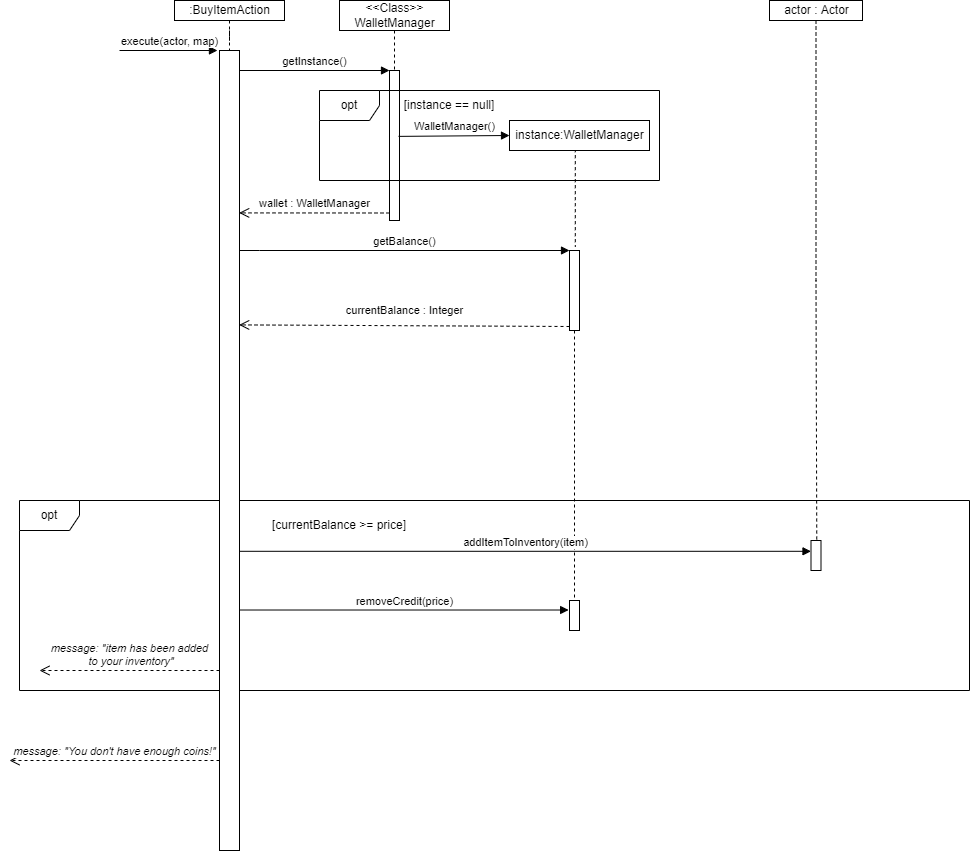
Earlier version of the draw.io export docs/BuyItemAction Sequence Diagram by Andy.png (IvanChann/Mario....). Source tidied: cells renumbered, new cells last; positions are measured from the earlier drawing's top-left corner, leaving out a move shared by most shapes.
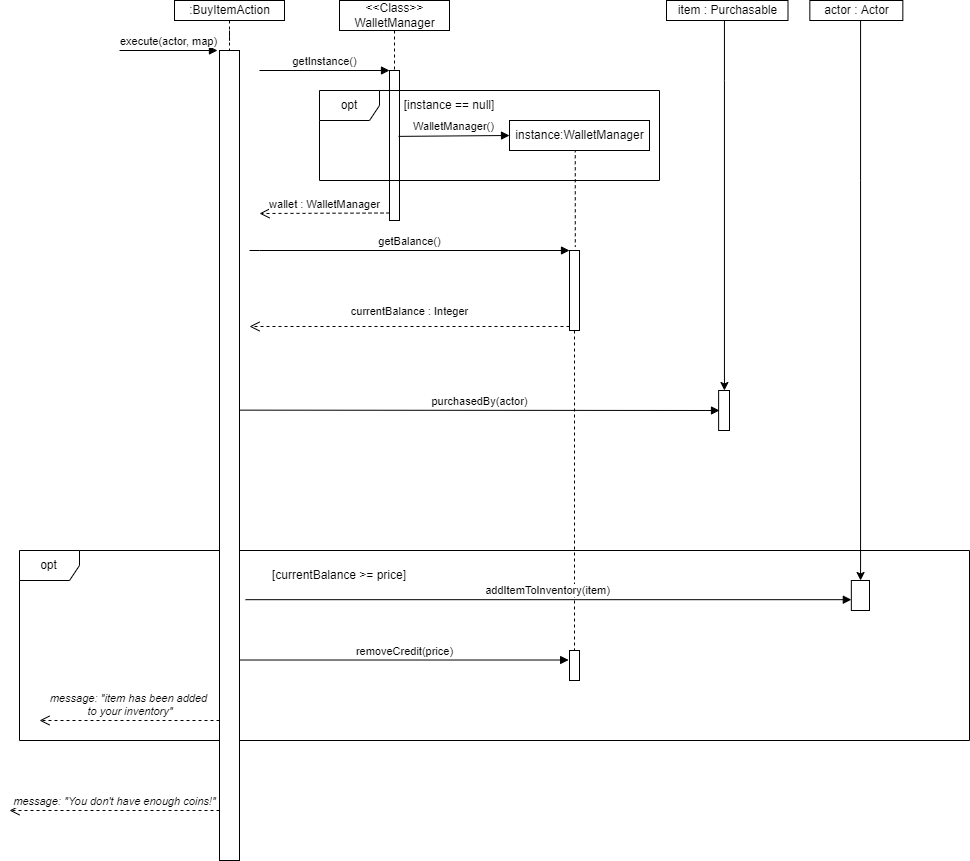
After the change.

Commit message:
Updated BuyItemAction sequence diagram and REQ4 UML diagram slightly

What changed in the source:
```diff
@@ -3,10 +3,10 @@
     <mxCell id="0" />
     <mxCell id="1" parent="0" />
     <mxCell id="2" value="opt" style="shape=umlFrame;whiteSpace=wrap;html=1;" parent="1" vertex="1">
-      <mxGeometry x="10" y="500" width="950" height="190" as="geometry" />
+      <mxGeometry x="10" y="550" width="950" height="190" as="geometry" />
     </mxCell>
     <mxCell id="3" style="html=1;points=[];perimeter=orthogonalPerimeter;" parent="1" vertex="1">
-      <mxGeometry x="210" y="50" width="20" height="800" as="geometry" />
+      <mxGeometry x="210" y="50" width="20" height="810" as="geometry" />
     </mxCell>
     <mxCell id="4" value="execute(actor, map)" style="html=1;verticalAlign=bottom;endArrow=block;rounded=0;entryX=-0.102;entryY=0;entryDx=0;entryDy=0;entryPerimeter=0;" parent="1" edge="1" target="3">
       <mxGeometry x="0.02" relative="1" as="geometry">
@@ -15,8 +15,8 @@
     </mxCell>
     <mxCell id="5" value="&lt;i&gt;message: &quot;item has been added&lt;br&gt;&amp;nbsp;to your inventory&quot;&lt;/i&gt;" style="html=1;verticalAlign=bottom;endArrow=open;dashed=1;endSize=8;rounded=0;" parent="1" edge="1">
       <mxGeometry relative="1" as="geometry">
-        <mxPoint x="210" y="670" as="sourcePoint" />
-        <mxPoint x="30" y="670" as="targetPoint" />
+        <mxPoint x="210" y="720" as="sourcePoint" />
+        <mxPoint x="30" y="720" as="targetPoint" />
       </mxGeometry>
     </mxCell>
     <mxCell id="6" style="edgeStyle=orthogonalEdgeStyle;rounded=0;jettySize=auto;html=1;endArrow=none;endFill=0;dashed=1;" parent="1" edge="1" source="7" target="3">
@@ -28,11 +28,15 @@
     <mxCell id="8" style="html=1;points=[];perimeter=orthogonalPerimeter;" parent="1" vertex="1">
       <mxGeometry x="380" y="70" width="10" height="150" as="geometry" />
     </mxCell>
-    <mxCell id="9" value="getInstance()" style="html=1;verticalAlign=bottom;endArrow=block;entryX=0;entryY=0;rounded=0;" parent="1" edge="1" source="3" target="8">
-      <mxGeometry relative="1" as="geometry" />
+    <mxCell id="9" value="getInstance()" style="html=1;verticalAlign=bottom;endArrow=block;entryX=0;entryY=0;rounded=0;" parent="1" edge="1" target="8">
+      <mxGeometry relative="1" as="geometry">
+        <mxPoint x="250" y="70" as="sourcePoint" />
+      </mxGeometry>
     </mxCell>
-    <mxCell id="10" value="wallet : WalletManager" style="html=1;verticalAlign=bottom;endArrow=open;dashed=1;endSize=8;exitX=0;exitY=0.95;rounded=0;entryX=0.983;entryY=0.203;entryDx=0;entryDy=0;entryPerimeter=0;" parent="1" edge="1" source="8" target="3">
-      <mxGeometry relative="1" as="geometry" />
+    <mxCell id="10" value="wallet : WalletManager" style="html=1;verticalAlign=bottom;endArrow=open;dashed=1;endSize=8;exitX=0;exitY=0.95;rounded=0;" parent="1" edge="1" source="8">
+      <mxGeometry relative="1" as="geometry">
+        <mxPoint x="250" y="213" as="targetPoint" />
+      </mxGeometry>
     </mxCell>
     <mxCell id="11" style="edgeStyle=orthogonalEdgeStyle;rounded=0;jettySize=auto;html=1;endArrow=none;endFill=0;dashed=1;" parent="1" edge="1" source="12">
       <mxGeometry relative="1" as="geometry">
@@ -70,42 +74,71 @@
     <mxCell id="19" style="html=1;points=[];perimeter=orthogonalPerimeter;" parent="1" vertex="1">
       <mxGeometry x="560" y="250" width="10" height="80" as="geometry" />
     </mxCell>
-    <mxCell id="20" value="getBalance()" style="html=1;verticalAlign=bottom;endArrow=block;entryX=0;entryY=0;rounded=0;" parent="1" edge="1" source="3" target="19">
+    <mxCell id="20" value="getBalance()" style="html=1;verticalAlign=bottom;endArrow=block;entryX=0;entryY=0;rounded=0;" parent="1" edge="1" target="19">
       <mxGeometry relative="1" as="geometry">
+        <mxPoint x="240" y="250" as="sourcePoint" />
         <Array as="points">
           <mxPoint x="250" y="250" />
         </Array>
       </mxGeometry>
     </mxCell>
-    <mxCell id="21" value="currentBalance : Integer" style="html=1;verticalAlign=bottom;endArrow=open;dashed=1;endSize=8;exitX=0;exitY=0.95;rounded=0;entryX=0.983;entryY=0.343;entryDx=0;entryDy=0;entryPerimeter=0;" parent="1" edge="1" source="19" target="3">
-      <mxGeometry y="-6" relative="1" as="geometry" />
+    <mxCell id="21" value="currentBalance : Integer" style="html=1;verticalAlign=bottom;endArrow=open;dashed=1;endSize=8;exitX=0;exitY=0.95;rounded=0;" parent="1" edge="1" source="19">
+      <mxGeometry y="-6" relative="1" as="geometry">
+        <mxPoint x="240" y="326" as="targetPoint" />
+      </mxGeometry>
     </mxCell>
     <mxCell id="22" value="[currentBalance &amp;gt;= price]" style="text;html=1;strokeColor=none;fillColor=none;align=center;verticalAlign=middle;whiteSpace=wrap;rounded=0;" parent="1" vertex="1">
-      <mxGeometry x="240" y="510" width="180" height="30" as="geometry" />
+      <mxGeometry x="240" y="560" width="180" height="30" as="geometry" />
     </mxCell>
-    <mxCell id="23" style="edgeStyle=orthogonalEdgeStyle;rounded=0;jettySize=auto;html=1;dashed=1;endArrow=none;endFill=0;entryX=0.577;entryY=0.063;entryDx=0;entryDy=0;entryPerimeter=0;" parent="1" edge="1" source="24" target="25">
-      <mxGeometry relative="1" as="geometry" />
+    <mxCell id="23" style="edgeStyle=orthogonalEdgeStyle;rounded=0;jettySize=auto;html=1;" parent="1" edge="1" source="24" target="25">
+      <mxGeometry relative="1" as="geometry">
+        <Array as="points">
+          <mxPoint x="851" y="180" />
+          <mxPoint x="851" y="180" />
+        </Array>
+      </mxGeometry>
     </mxCell>
     <mxCell id="24" value="actor : Actor" style="html=1;" parent="1" vertex="1">
-      <mxGeometry x="760" width="93" height="20" as="geometry" />
+      <mxGeometry x="800.3" width="93" height="20" as="geometry" />
     </mxCell>
     <mxCell id="25" style="html=1;points=[];perimeter=orthogonalPerimeter;" parent="1" vertex="1">
-      <mxGeometry x="801.5" y="540" width="10" height="30" as="geometry" />
+      <mxGeometry x="841.8" y="580" width="18.2" height="30" as="geometry" />
     </mxCell>
-    <mxCell id="26" value="addItemToInventory(item)" style="html=1;verticalAlign=bottom;endArrow=block;rounded=0;exitX=0.983;exitY=0.626;exitDx=0;exitDy=0;exitPerimeter=0;" parent="1" edge="1" source="3" target="25">
+    <mxCell id="26" value="addItemToInventory(item)" style="html=1;verticalAlign=bottom;endArrow=block;rounded=0;exitX=1.3;exitY=0.678;exitDx=0;exitDy=0;exitPerimeter=0;" parent="1" edge="1" source="3" target="25">
       <mxGeometry relative="1" as="geometry" />
     </mxCell>
     <mxCell id="27" style="html=1;points=[];perimeter=orthogonalPerimeter;" parent="1" vertex="1">
-      <mxGeometry x="560" y="600" width="10" height="30" as="geometry" />
+      <mxGeometry x="560" y="650" width="10" height="30" as="geometry" />
     </mxCell>
-    <mxCell id="28" value="removeCredit(price)" style="html=1;verticalAlign=bottom;endArrow=block;entryX=-0.087;entryY=0.317;rounded=0;entryDx=0;entryDy=0;entryPerimeter=0;" parent="1" edge="1" source="3" target="27">
-      <mxGeometry relative="1" as="geometry" />
+    <mxCell id="28" value="removeCredit(price)" style="html=1;verticalAlign=bottom;endArrow=block;entryX=-0.087;entryY=0.317;rounded=0;entryDx=0;entryDy=0;entryPerimeter=0;" parent="1" edge="1" target="27">
+      <mxGeometry relative="1" as="geometry">
+        <mxPoint x="230" y="659.5" as="sourcePoint" />
+      </mxGeometry>
     </mxCell>
     <mxCell id="29" value="&lt;i&gt;message: &quot;You don't have enough coins!&quot;&lt;/i&gt;" style="html=1;verticalAlign=bottom;endArrow=open;dashed=1;endSize=8;rounded=0;" parent="1" edge="1">
       <mxGeometry relative="1" as="geometry">
-        <mxPoint x="210" y="760" as="sourcePoint" />
-        <mxPoint y="760" as="targetPoint" />
+        <mxPoint x="210" y="810" as="sourcePoint" />
+        <mxPoint y="810" as="targetPoint" />
       </mxGeometry>
     </mxCell>
+    <mxCell id="30" style="html=1;points=[];perimeter=orthogonalPerimeter;" parent="1" vertex="1">
+      <mxGeometry x="709.1" y="390" width="10.9" height="40" as="geometry" />
+    </mxCell>
+    <mxCell id="31" value="purchasedBy(actor)" style="html=1;verticalAlign=bottom;endArrow=block;rounded=0;exitX=1;exitY=0.444;exitDx=0;exitDy=0;exitPerimeter=0;" parent="1" edge="1" source="3">
+      <mxGeometry relative="1" as="geometry">
+        <mxPoint x="710" y="410" as="targetPoint" />
+      </mxGeometry>
+    </mxCell>
+    <mxCell id="32" style="edgeStyle=orthogonalEdgeStyle;rounded=0;jettySize=auto;html=1;" parent="1" edge="1" source="33" target="30">
+      <mxGeometry relative="1" as="geometry">
+        <Array as="points">
+          <mxPoint x="715" y="80" />
+          <mxPoint x="715" y="80" />
+        </Array>
+      </mxGeometry>
+    </mxCell>
+    <mxCell id="33" value="item : Purchasable" style="html=1;" parent="1" vertex="1">
+      <mxGeometry x="657" width="121.5" height="20" as="geometry" />
+    </mxCell>
   </root>
 </mxGraphModel>
```
